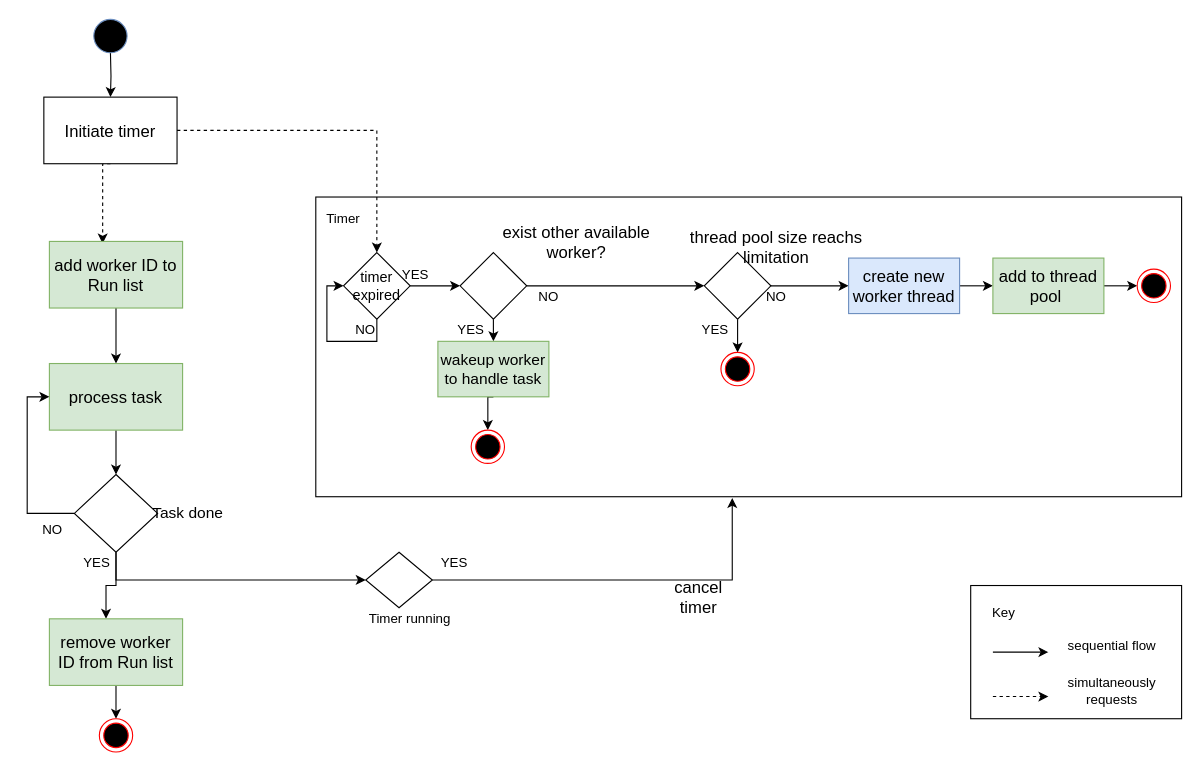
The draw.io diagram page "dl_handletask" (12 of 16) of doc/SA cert/Design/performance.drawio in taikt/codefun, before the edit. Source tidied: cells renumbered, new cells numbered last; positions are measured from the earlier drawing's top-left corner, leaving out a move shared by most shapes. Both pictures are drawn from the tidied source at 111%, with x=0, y=0 at pixel (29, 19).
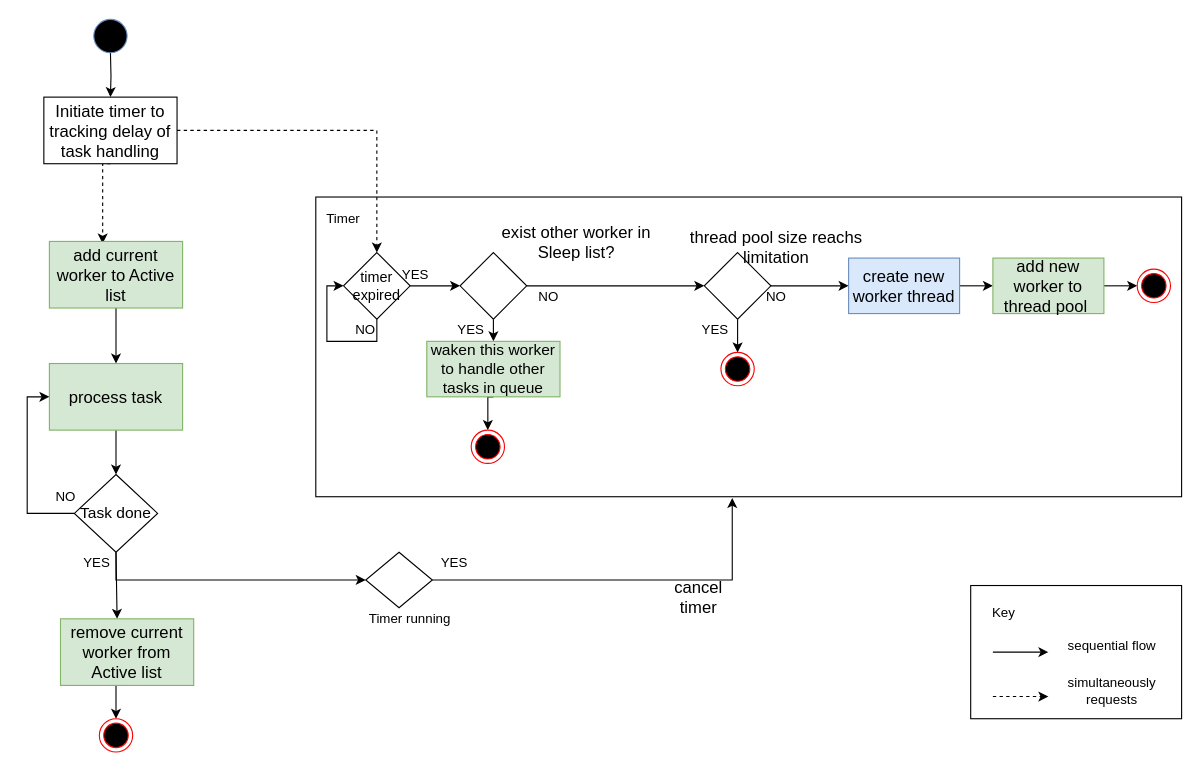
After the change.

The change refers to these unchanged cells:
```xml
<mxCell id="17" style="rhombus;whiteSpace=wrap;html=1;fillColor=none;" parent="1" vertex="1">
  <mxGeometry x="40.5" y="410" width="75" height="70" as="geometry" />
</mxCell>
```

Diff of the diagram source:
```diff
@@
-    <mxCell id="5" value="&lt;font style=&quot;font-size: 15px;&quot;&gt;Initiate timer&lt;/font&gt;" style="rounded=0;whiteSpace=wrap;html=1;" parent="1" vertex="1">
+    <mxCell id="5" value="&lt;font style=&quot;font-size: 15px;&quot;&gt;Initiate timer to tracking delay of task handling&lt;/font&gt;" style="rounded=0;whiteSpace=wrap;html=1;" parent="1" vertex="1">
       <mxGeometry x="13" y="70" width="120" height="60" as="geometry" />
     </mxCell>
@@
-    <mxCell id="7" value="&lt;font style=&quot;font-size: 15px;&quot;&gt;add worker ID to Run list&lt;/font&gt;" style="rounded=0;whiteSpace=wrap;html=1;fillColor=#d5e8d4;strokeColor=#82b366;" parent="1" vertex="1">
+    <mxCell id="7" value="&lt;font style=&quot;font-size: 15px;&quot;&gt;add current worker to Active list&lt;/font&gt;" style="rounded=0;whiteSpace=wrap;html=1;fillColor=#d5e8d4;strokeColor=#82b366;" parent="1" vertex="1">
       <mxGeometry x="18" y="200" width="120" height="60" as="geometry" />
     </mxCell>
@@
     <mxCell id="15" style="edgeStyle=orthogonalEdgeStyle;rounded=0;jettySize=auto;html=1;exitX=0.5;exitY=1;exitDx=0;exitDy=0;entryX=0.425;entryY=0;entryDx=0;entryDy=0;entryPerimeter=0;" parent="1" edge="1" source="17" target="23">
-      <mxGeometry relative="1" as="geometry" />
+      <mxGeometry relative="1" as="geometry">
+        <Array as="points">
+          <mxPoint x="78" y="540" />
+        </Array>
+      </mxGeometry>
     </mxCell>
@@
     <mxCell id="18" value="&lt;font style=&quot;font-size: 14px;&quot;&gt;Task done&lt;/font&gt;" style="text;html=1;strokeColor=none;fillColor=none;align=center;verticalAlign=middle;whiteSpace=wrap;rounded=0;" parent="1" vertex="1">
-      <mxGeometry x="58" y="435" width="170" height="20" as="geometry" />
+      <mxGeometry x="-7" y="435" width="170" height="20" as="geometry" />
     </mxCell>
@@
     <mxCell id="21" value="NO" style="text;html=1;strokeColor=none;fillColor=none;align=center;verticalAlign=middle;whiteSpace=wrap;rounded=0;" parent="1" vertex="1">
-      <mxGeometry x="0.5" y="450" width="40" height="20" as="geometry" />
+      <mxGeometry x="13" y="420" width="40" height="20" as="geometry" />
     </mxCell>
@@
-    <mxCell id="23" value="&lt;font style=&quot;font-size: 15px;&quot;&gt;remove worker ID from Run list&lt;/font&gt;" style="rounded=0;whiteSpace=wrap;html=1;fillColor=#d5e8d4;strokeColor=#82b366;" parent="1" vertex="1">
-      <mxGeometry x="18" y="540" width="120" height="60" as="geometry" />
+    <mxCell id="23" value="&lt;font style=&quot;font-size: 15px;&quot;&gt;remove current worker from Active list&lt;/font&gt;" style="rounded=0;whiteSpace=wrap;html=1;fillColor=#d5e8d4;strokeColor=#82b366;" parent="1" vertex="1">
+      <mxGeometry x="28" y="540" width="120" height="60" as="geometry" />
     </mxCell>
@@
-    <mxCell id="29" value="&lt;font style=&quot;font-size: 15px;&quot;&gt;exist other available worker?&lt;/font&gt;" style="text;html=1;strokeColor=none;fillColor=none;align=center;verticalAlign=middle;whiteSpace=wrap;rounded=0;" parent="1" vertex="1">
+    <mxCell id="29" value="&lt;font style=&quot;font-size: 15px;&quot;&gt;exist other worker in Sleep list?&lt;/font&gt;" style="text;html=1;strokeColor=none;fillColor=none;align=center;verticalAlign=middle;whiteSpace=wrap;rounded=0;" parent="1" vertex="1">
       <mxGeometry x="408" y="190" width="170" height="20" as="geometry" />
     </mxCell>
@@
-    <mxCell id="31" value="&lt;font style=&quot;font-size: 14px;&quot;&gt;wakeup worker to handle task&lt;/font&gt;" style="rounded=0;whiteSpace=wrap;html=1;fillColor=#d5e8d4;strokeColor=#82b366;" parent="1" vertex="1">
-      <mxGeometry x="368" y="290" width="100" height="50" as="geometry" />
+    <mxCell id="31" value="&lt;font style=&quot;font-size: 14px;&quot;&gt;waken this worker to handle other tasks in queue&lt;/font&gt;" style="rounded=0;whiteSpace=wrap;html=1;fillColor=#d5e8d4;strokeColor=#82b366;" parent="1" vertex="1">
+      <mxGeometry x="358" y="290" width="120" height="50" as="geometry" />
     </mxCell>
@@
-    <mxCell id="41" value="&lt;font style=&quot;font-size: 15px;&quot;&gt;add to thread pool&amp;nbsp;&lt;/font&gt;" style="rounded=0;whiteSpace=wrap;html=1;fillColor=#d5e8d4;strokeColor=#82b366;" parent="1" vertex="1">
+    <mxCell id="41" value="&lt;font style=&quot;font-size: 15px;&quot;&gt;add new worker to thread pool&amp;nbsp;&lt;/font&gt;" style="rounded=0;whiteSpace=wrap;html=1;fillColor=#d5e8d4;strokeColor=#82b366;" parent="1" vertex="1">
       <mxGeometry x="868" y="215" width="100" height="50" as="geometry" />
     </mxCell>
```
